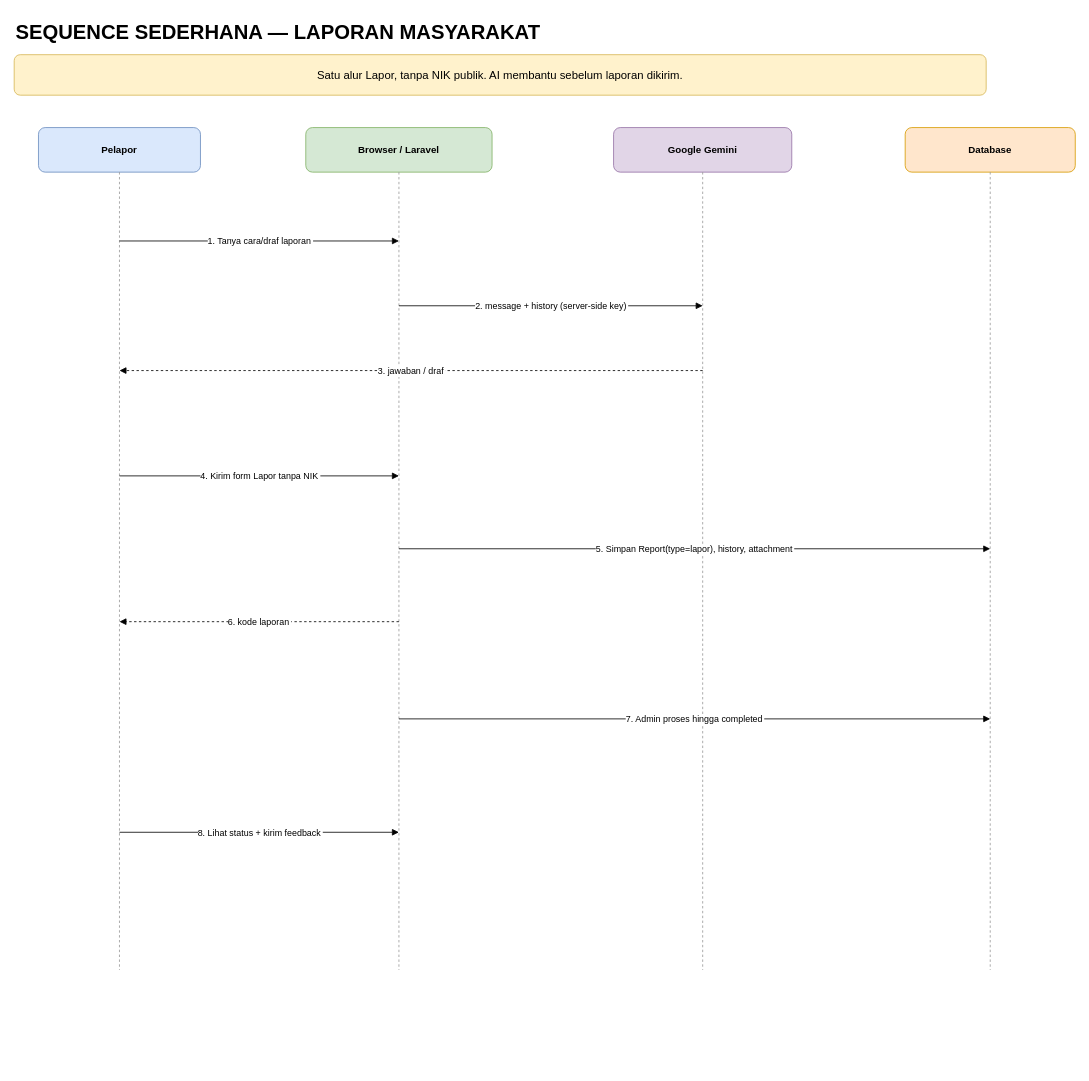
Samuel-smr/Satpolpp keeps this draw.io diagram as docs/sequence simple.drawio. Above is the earlier version. Source tidied: cells renumbered, new cells numbered last; positions are measured from the earlier drawing's top-left corner, leaving out a move shared by most shapes. Both pictures are drawn from the tidied source at 81%, with x=0, y=0 at pixel (14, 14).
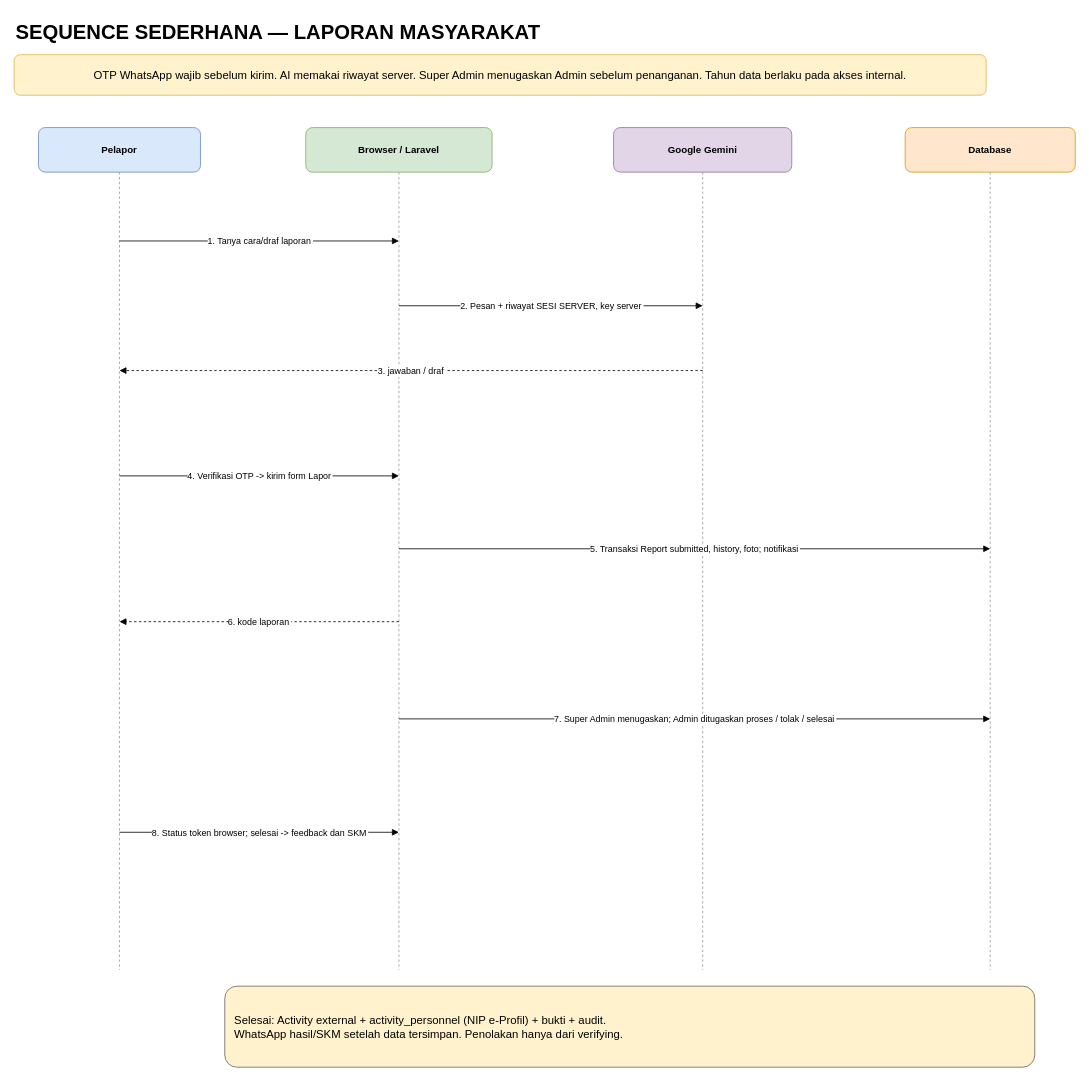
After the change.

The edit, as a diff of the source:
```diff
@@
-    <mxCell id="3" value="Satu alur Lapor, tanpa NIK publik. AI membantu sebelum laporan dikirim." style="rounded=1;html=0;whiteSpace=wrap;fillColor=#fff2cc;strokeColor=#d6b656;fontSize=14;" parent="1" vertex="1">
+    <mxCell id="3" value="OTP WhatsApp wajib sebelum kirim. AI memakai riwayat server. Super Admin menugaskan Admin sebelum penanganan. Tahun data berlaku pada akses internal." style="rounded=1;html=0;whiteSpace=wrap;fillColor=#fff2cc;strokeColor=#d6b656;fontSize=14;" parent="1" vertex="1">
       <mxGeometry y="50" width="1200" height="50" as="geometry" />
     </mxCell>
@@
-    <mxCell id="13" value="2. message + history (server-side key)" style="edgeStyle=orthogonalEdgeStyle;html=0;endArrow=block;" parent="1" edge="1">
+    <mxCell id="13" value="2. Pesan + riwayat SESI SERVER, key server" style="edgeStyle=orthogonalEdgeStyle;html=0;endArrow=block;" parent="1" edge="1">
       <mxGeometry relative="1" as="geometry">
         <mxPoint x="475" y="360" as="sourcePoint" />
         <mxPoint x="850" y="360" as="targetPoint" />
       </mxGeometry>
     </mxCell>
@@
-    <mxCell id="15" value="4. Kirim form Lapor tanpa NIK" style="edgeStyle=orthogonalEdgeStyle;html=0;endArrow=block;" parent="1" edge="1">
+    <mxCell id="15" value="4. Verifikasi OTP -&gt; kirim form Lapor" style="edgeStyle=orthogonalEdgeStyle;html=0;endArrow=block;" parent="1" edge="1">
       <mxGeometry relative="1" as="geometry">
         <mxPoint x="130" y="570" as="sourcePoint" />
         <mxPoint x="475" y="570" as="targetPoint" />
       </mxGeometry>
     </mxCell>
-    <mxCell id="16" value="5. Simpan Report(type=lapor), history, attachment" style="edgeStyle=orthogonalEdgeStyle;html=0;endArrow=block;" parent="1" edge="1">
+    <mxCell id="16" value="5. Transaksi Report submitted, history, foto; notifikasi" style="edgeStyle=orthogonalEdgeStyle;html=0;endArrow=block;" parent="1" edge="1">
       <mxGeometry relative="1" as="geometry">
         <mxPoint x="475" y="660" as="sourcePoint" />
         <mxPoint x="1205" y="660" as="targetPoint" />
       </mxGeometry>
     </mxCell>
@@
-    <mxCell id="18" value="7. Admin proses hingga completed" style="edgeStyle=orthogonalEdgeStyle;html=0;endArrow=block;" parent="1" edge="1">
+    <mxCell id="18" value="7. Super Admin menugaskan; Admin ditugaskan proses / tolak / selesai" style="edgeStyle=orthogonalEdgeStyle;html=0;endArrow=block;" parent="1" edge="1">
       <mxGeometry relative="1" as="geometry">
         <mxPoint x="475" y="870" as="sourcePoint" />
         <mxPoint x="1205" y="870" as="targetPoint" />
       </mxGeometry>
     </mxCell>
-    <mxCell id="19" value="8. Lihat status + kirim feedback" style="edgeStyle=orthogonalEdgeStyle;html=0;endArrow=block;" parent="1" edge="1">
+    <mxCell id="19" value="8. Status token browser; selesai -&gt; feedback dan SKM" style="edgeStyle=orthogonalEdgeStyle;html=0;endArrow=block;" parent="1" edge="1">
       <mxGeometry relative="1" as="geometry">
         <mxPoint x="130" y="1010" as="sourcePoint" />
         <mxPoint x="475" y="1010" as="targetPoint" />
       </mxGeometry>
     </mxCell>
+    <mxCell id="20" value="Selesai: Activity external + activity_personnel (NIP e-Profil) + bukti + audit.&#10;WhatsApp hasil/SKM setelah data tersimpan. Penolakan hanya dari verifying." style="rounded=1;html=0;whiteSpace=wrap;align=left;spacing=12;fillColor=#fff2cc;strokeColor=#666666;fontSize=14;" parent="1" vertex="1">
+      <mxGeometry x="260" y="1200" width="1000" height="100" as="geometry" />
+    </mxCell>
```
